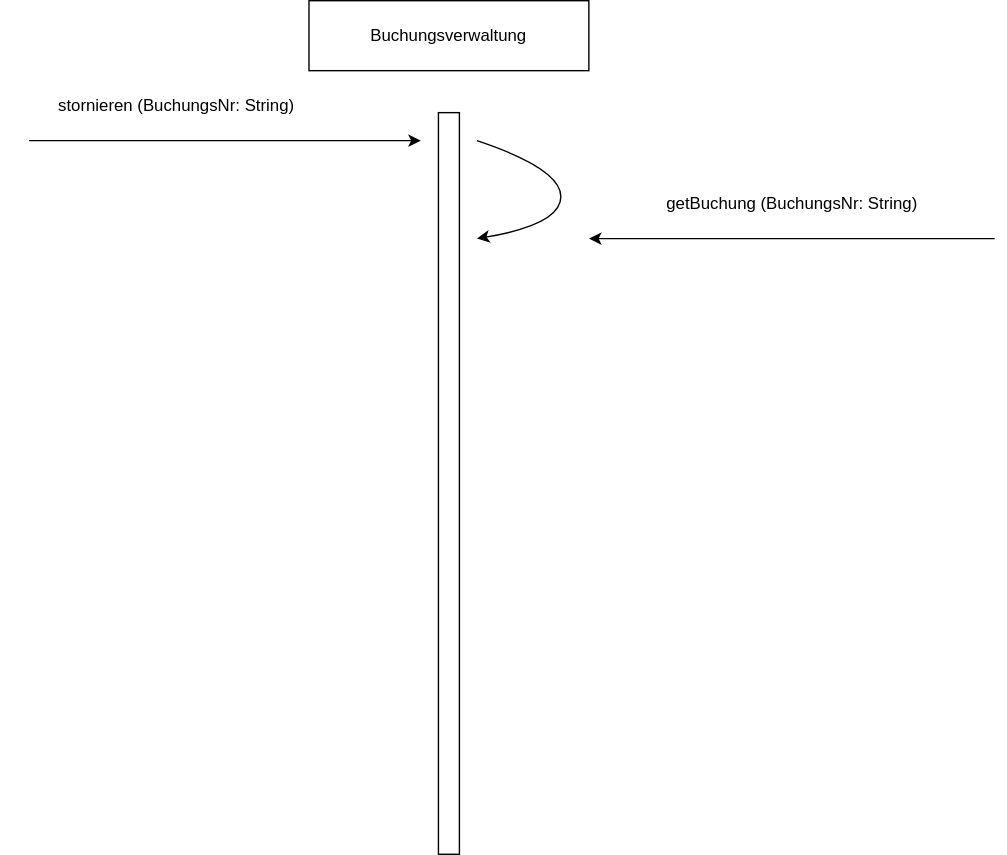
Above: Buchungsverwaltung.drawio.svg in IngoGutwin/diagrams (draw.io), before the change. Source tidied: cells renumbered, new cells last; positions are measured from the earlier drawing's top-left corner, leaving out a move shared by most shapes.
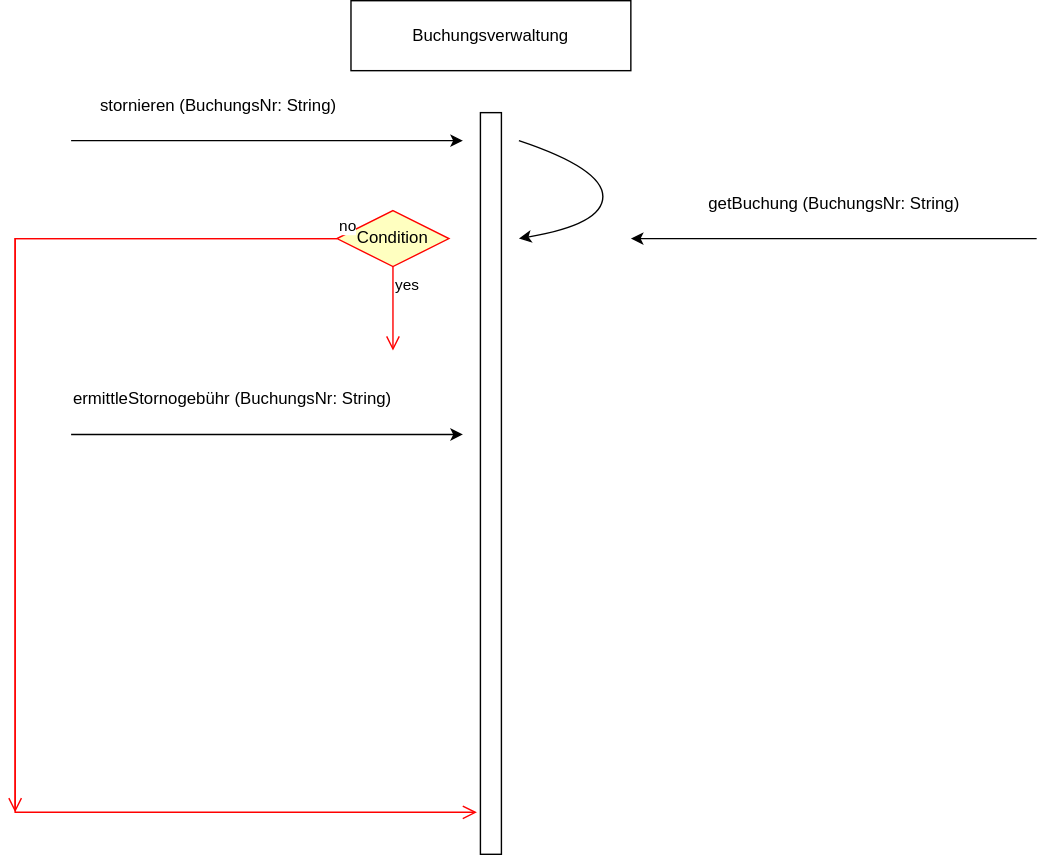
The same file after the commit.

Diff of the diagram source:
```diff
@@ -36,5 +36,35 @@
     <mxCell id="8" value="getBuchung (BuchungsNr: String)" style="text;html=1;align=center;verticalAlign=middle;strokeColor=none;fillColor=none;" parent="1" vertex="1">
       <mxGeometry x="435" y="130" width="260" height="30" as="geometry" />
     </mxCell>
+    <mxCell id="9" value="Condition" style="rhombus;whiteSpace=wrap;html=1;fontColor=#000000;fillColor=#ffffc0;strokeColor=#ff0000;" parent="1" vertex="1">
+      <mxGeometry x="210" y="150" width="80" height="40" as="geometry" />
+    </mxCell>
+    <mxCell id="10" value="no" style="edgeStyle=orthogonalEdgeStyle;html=1;align=left;verticalAlign=bottom;endArrow=open;endSize=8;strokeColor=#ff0000;rounded=0;exitX=0;exitY=0.5;exitDx=0;exitDy=0;" parent="1" edge="1" source="9">
+      <mxGeometry x="-1" relative="1" as="geometry">
+        <mxPoint x="-20" y="580" as="targetPoint" />
+      </mxGeometry>
+    </mxCell>
+    <mxCell id="11" value="yes" style="edgeStyle=orthogonalEdgeStyle;html=1;align=left;verticalAlign=top;endArrow=open;endSize=8;strokeColor=#ff0000;rounded=0;" parent="1" edge="1" source="9">
+      <mxGeometry x="-1" relative="1" as="geometry">
+        <mxPoint x="250" y="250" as="targetPoint" />
+      </mxGeometry>
+    </mxCell>
+    <mxCell id="12" value="no" style="edgeStyle=orthogonalEdgeStyle;html=1;align=left;verticalAlign=bottom;endArrow=open;endSize=8;strokeColor=#ff0000;rounded=0;exitX=0;exitY=0.5;exitDx=0;exitDy=0;" parent="1" edge="1" source="9">
+      <mxGeometry x="-1" relative="1" as="geometry">
+        <mxPoint x="310" y="580" as="targetPoint" />
+        <Array as="points">
+          <mxPoint x="-20" y="170" />
+        </Array>
+      </mxGeometry>
+    </mxCell>
+    <mxCell id="13" value="ermittleStornogebühr (BuchungsNr: String)" style="text;html=1;align=center;verticalAlign=middle;strokeColor=none;fillColor=none;" parent="1" vertex="1">
+      <mxGeometry x="-30" y="270" width="330" height="30" as="geometry" />
+    </mxCell>
+    <mxCell id="14" style="endArrow=classic;html=1;rounded=0;" parent="1" edge="1">
+      <mxGeometry relative="1" as="geometry">
+        <mxPoint x="20" y="310" as="sourcePoint" />
+        <mxPoint x="300" y="310" as="targetPoint" />
+      </mxGeometry>
+    </mxCell>
   </root>
 </mxGraphModel>
```
